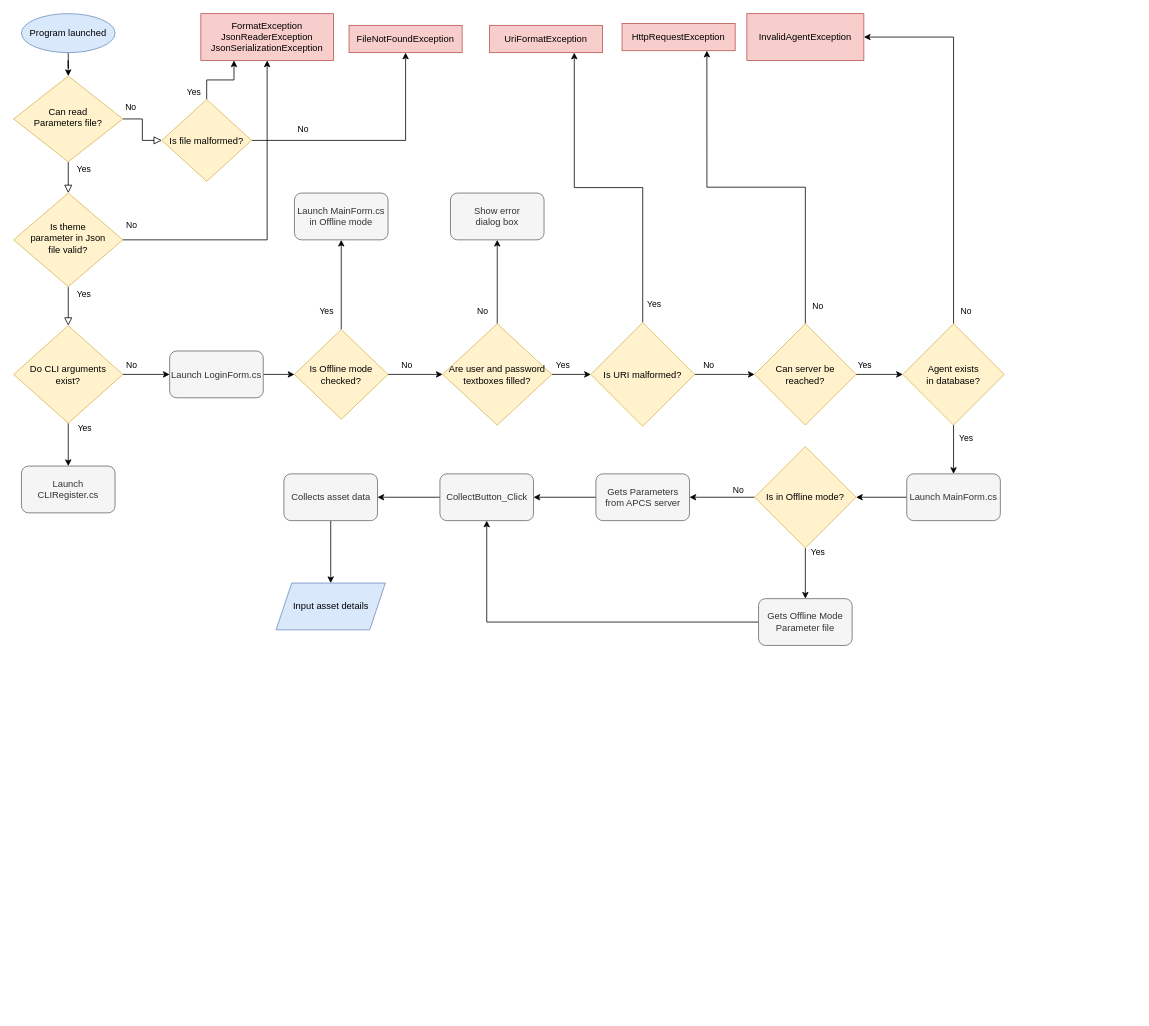
Before: AssetInformationAndRegistration/AIR-flowchart.drawio in Kevin64/asset-information-and-registration, a draw.io diagram. Source tidied: cells renumbered, new cells numbered last; positions are measured from the earlier drawing's top-left corner, leaving out a move shared by most shapes. Both pictures are drawn from the tidied source at 78%, with x=0, y=0 at pixel (13, 13).
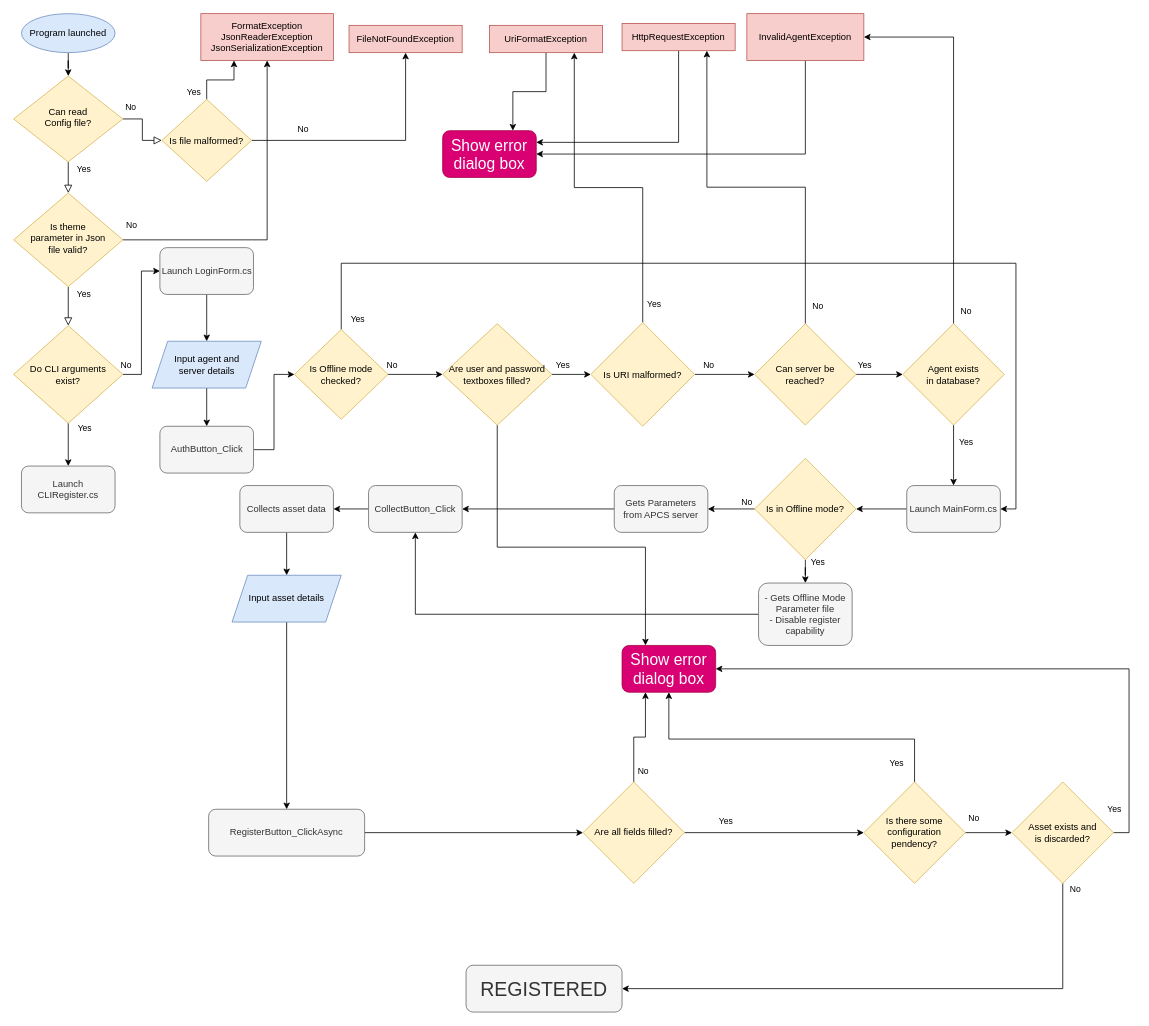
After the change.

The change refers to these unchanged cells:
```xml
<mxCell id="14" style="edgeStyle=orthogonalEdgeStyle;rounded=0;jettySize=auto;html=1;entryX=0;entryY=0.5;entryDx=0;entryDy=0;" parent="1" edge="1" source="18" target="20">
  <mxGeometry relative="1" as="geometry" />
</mxCell>
<mxCell id="26" style="edgeStyle=orthogonalEdgeStyle;rounded=0;jettySize=auto;html=1;" parent="1" edge="1" source="28" target="34">
  <mxGeometry relative="1" as="geometry" />
</mxCell>
<mxCell id="28" value="Is Offline mode&lt;br&gt;checked?" style="rhombus;whiteSpace=wrap;html=1;fillColor=#fff2cc;strokeColor=#d6b656;" parent="1" vertex="1">
  <mxGeometry x="360" y="405" width="120" height="115" as="geometry" />
</mxCell>
<mxCell id="34" value="Are user and password&lt;br&gt;textboxes filled?" style="rhombus;whiteSpace=wrap;html=1;fillColor=#fff2cc;strokeColor=#d6b656;" parent="1" vertex="1">
  <mxGeometry x="550" y="397.5" width="140" height="130" as="geometry" />
</mxCell>
<mxCell id="43" value="InvalidAgentException" style="whiteSpace=wrap;html=1;fillColor=#f8cecc;strokeColor=#b85450;" parent="1" vertex="1">
  <mxGeometry x="940" width="150" height="60" as="geometry" />
</mxCell>
<mxCell id="49" value="HttpRequestException" style="whiteSpace=wrap;html=1;fillColor=#f8cecc;strokeColor=#b85450;" parent="1" vertex="1">
  <mxGeometry x="780" y="12.5" width="145" height="35" as="geometry" />
</mxCell>
<mxCell id="53" value="UriFormatException" style="whiteSpace=wrap;html=1;fillColor=#f8cecc;strokeColor=#b85450;" parent="1" vertex="1">
  <mxGeometry x="610" y="15" width="145" height="35" as="geometry" />
</mxCell>
```

The edit, as a diff of the source:
```diff
@@
-    <mxCell id="4" value="Can read&lt;br&gt;Parameters file?" style="rhombus;whiteSpace=wrap;html=1;shadow=0;fontFamily=Helvetica;fontSize=12;align=center;strokeWidth=1;spacing=6;spacingTop=-4;fillColor=#fff2cc;strokeColor=#d6b656;" parent="1" vertex="1">
+    <mxCell id="4" value="Can read&lt;br&gt;Config file?" style="rhombus;whiteSpace=wrap;html=1;shadow=0;fontFamily=Helvetica;fontSize=12;align=center;strokeWidth=1;spacing=6;spacingTop=-4;fillColor=#fff2cc;strokeColor=#d6b656;" parent="1" vertex="1">
       <mxGeometry y="80" width="140" height="110" as="geometry" />
     </mxCell>
@@
     <mxCell id="15" value="No" style="edgeLabel;html=1;align=center;verticalAlign=middle;" parent="14" vertex="1">
       <mxGeometry y="3" relative="1" as="geometry">
-        <mxPoint x="-20" y="-9" as="offset" />
+        <mxPoint x="-17" y="54" as="offset" />
       </mxGeometry>
     </mxCell>
@@
-    <mxCell id="19" style="edgeStyle=orthogonalEdgeStyle;rounded=0;jettySize=auto;html=1;exitX=1;exitY=0.5;exitDx=0;exitDy=0;entryX=0;entryY=0.5;entryDx=0;entryDy=0;" parent="1" edge="1" source="20" target="28">
-      <mxGeometry relative="1" as="geometry" />
-    </mxCell>
+    <mxCell id="72" style="edgeStyle=orthogonalEdgeStyle;rounded=0;jettySize=auto;html=1;exitX=0.5;exitY=1;exitDx=0;exitDy=0;entryX=0.5;entryY=0;entryDx=0;entryDy=0;" parent="1" edge="1" source="20" target="99">
+      <mxGeometry relative="1" as="geometry" />
+    </mxCell>
     <mxCell id="20" value="Launch LoginForm.cs" style="rounded=1;whiteSpace=wrap;html=1;fillColor=#f5f5f5;fontColor=#333333;strokeColor=#666666;" parent="1" vertex="1">
-      <mxGeometry x="200" y="432.5" width="120" height="60" as="geometry" />
+      <mxGeometry x="187.5" y="300" width="120" height="60" as="geometry" />
     </mxCell>
@@
-    <mxCell id="24" style="edgeStyle=orthogonalEdgeStyle;rounded=0;jettySize=auto;html=1;" parent="1" edge="1" source="28" target="29">
-      <mxGeometry relative="1" as="geometry" />
-    </mxCell>
-    <mxCell id="25" value="Yes" style="edgeLabel;html=1;align=center;verticalAlign=middle;" parent="24" vertex="1">
-      <mxGeometry x="-0.05" y="1" relative="1" as="geometry">
-        <mxPoint x="-19" y="30" as="offset" />
-      </mxGeometry>
-    </mxCell>
@@
     <mxCell id="27" value="No" style="edgeLabel;html=1;align=center;verticalAlign=middle;" parent="26" vertex="1">
       <mxGeometry x="-0.1" y="3" relative="1" as="geometry">
-        <mxPoint x="-9" y="-9" as="offset" />
+        <mxPoint x="-28" y="-9" as="offset" />
       </mxGeometry>
     </mxCell>
+    <mxCell id="73" style="edgeStyle=orthogonalEdgeStyle;rounded=0;jettySize=auto;html=1;exitX=0.5;exitY=0;exitDx=0;exitDy=0;entryX=1;entryY=0.5;entryDx=0;entryDy=0;" parent="1" edge="1" source="28" target="55">
+      <mxGeometry relative="1" as="geometry">
+        <Array as="points">
+          <mxPoint x="420" y="320" />
+          <mxPoint x="1285" y="320" />
+          <mxPoint x="1285" y="635" />
+        </Array>
+      </mxGeometry>
+    </mxCell>
+    <mxCell id="74" value="Yes" style="edgeLabel;html=1;align=center;verticalAlign=middle;" parent="73" vertex="1">
+      <mxGeometry x="-0.94" relative="1" as="geometry">
+        <mxPoint x="20" y="25" as="offset" />
+      </mxGeometry>
+    </mxCell>
@@
-    <mxCell id="29" value="Launch MainForm.cs&lt;br&gt;in Offline mode" style="rounded=1;whiteSpace=wrap;html=1;fillColor=#f5f5f5;strokeColor=#666666;fontColor=#333333;" parent="1" vertex="1">
-      <mxGeometry x="360" y="230" width="120" height="60" as="geometry" />
-    </mxCell>
-    <mxCell id="30" style="edgeStyle=orthogonalEdgeStyle;rounded=0;jettySize=auto;html=1;" parent="1" edge="1" source="34" target="35">
-      <mxGeometry relative="1" as="geometry" />
-    </mxCell>
-    <mxCell id="31" value="No" style="edgeLabel;html=1;align=center;verticalAlign=middle;" parent="30" vertex="1">
-      <mxGeometry x="-0.1" relative="1" as="geometry">
-        <mxPoint x="-20" y="31" as="offset" />
-      </mxGeometry>
-    </mxCell>
@@
+    <mxCell id="75" style="edgeStyle=orthogonalEdgeStyle;rounded=0;jettySize=auto;html=1;exitX=0.5;exitY=1;exitDx=0;exitDy=0;entryX=0.25;entryY=0;entryDx=0;entryDy=0;" parent="1" edge="1" source="34" target="97">
+      <mxGeometry relative="1" as="geometry">
+        <Array as="points">
+          <mxPoint x="620" y="684" />
+          <mxPoint x="810" y="684" />
+        </Array>
+      </mxGeometry>
+    </mxCell>
@@
-    <mxCell id="35" value="Show error&lt;br&gt;dialog box" style="rounded=1;whiteSpace=wrap;html=1;fillColor=#f5f5f5;strokeColor=#666666;fontColor=#333333;" parent="1" vertex="1">
-      <mxGeometry x="560" y="230" width="120" height="60" as="geometry" />
-    </mxCell>
@@
+    <mxCell id="76" style="edgeStyle=orthogonalEdgeStyle;rounded=0;jettySize=auto;html=1;entryX=1;entryY=0.5;entryDx=0;entryDy=0;" parent="1" edge="1" source="43" target="102">
+      <mxGeometry relative="1" as="geometry">
+        <Array as="points">
+          <mxPoint x="1015" y="180" />
+        </Array>
+      </mxGeometry>
+    </mxCell>
@@
+    <mxCell id="77" style="edgeStyle=orthogonalEdgeStyle;rounded=0;jettySize=auto;html=1;exitX=0.5;exitY=1;exitDx=0;exitDy=0;entryX=1;entryY=0.25;entryDx=0;entryDy=0;" parent="1" edge="1" source="49" target="102">
+      <mxGeometry relative="1" as="geometry" />
+    </mxCell>
@@
+    <mxCell id="78" style="edgeStyle=orthogonalEdgeStyle;rounded=0;jettySize=auto;html=1;exitX=0.5;exitY=1;exitDx=0;exitDy=0;entryX=0.75;entryY=0;entryDx=0;entryDy=0;" parent="1" edge="1" source="53" target="102">
+      <mxGeometry relative="1" as="geometry" />
+    </mxCell>
@@
     <mxCell id="55" value="Launch MainForm.cs" style="rounded=1;whiteSpace=wrap;html=1;fillColor=#f5f5f5;strokeColor=#666666;fontColor=#333333;" parent="1" vertex="1">
-      <mxGeometry x="1145" y="590" width="120" height="60" as="geometry" />
+      <mxGeometry x="1145" y="605" width="120" height="60" as="geometry" />
     </mxCell>
@@
     <mxCell id="60" value="Is in Offline mode?" style="rhombus;whiteSpace=wrap;html=1;fillColor=#fff2cc;strokeColor=#d6b656;" parent="1" vertex="1">
-      <mxGeometry x="950" y="555" width="130" height="130" as="geometry" />
+      <mxGeometry x="950" y="570" width="130" height="130" as="geometry" />
     </mxCell>
@@
-    <mxCell id="62" value="Gets Offline Mode&lt;br&gt;Parameter file" style="rounded=1;whiteSpace=wrap;html=1;fillColor=#f5f5f5;strokeColor=#666666;fontColor=#333333;" parent="1" vertex="1">
-      <mxGeometry x="955" y="750" width="120" height="60" as="geometry" />
+    <mxCell id="62" value="- Gets Offline Mode&lt;br&gt;Parameter file&lt;br&gt;- Disable register capability" style="rounded=1;whiteSpace=wrap;html=1;fillColor=#f5f5f5;strokeColor=#666666;fontColor=#333333;" parent="1" vertex="1">
+      <mxGeometry x="955" y="730" width="120" height="80" as="geometry" />
     </mxCell>
@@
     <mxCell id="64" value="Gets Parameters from APCS server" style="rounded=1;whiteSpace=wrap;html=1;fillColor=#f5f5f5;strokeColor=#666666;fontColor=#333333;" parent="1" vertex="1">
-      <mxGeometry x="746.5" y="590" width="120" height="60" as="geometry" />
+      <mxGeometry x="770" y="605" width="120" height="60" as="geometry" />
     </mxCell>
@@
     <mxCell id="68" value="CollectButton_Click" style="rounded=1;whiteSpace=wrap;html=1;fillColor=#f5f5f5;strokeColor=#666666;fontColor=#333333;" parent="1" vertex="1">
-      <mxGeometry x="546.5" y="590" width="120" height="60" as="geometry" />
+      <mxGeometry x="455" y="605" width="120" height="60" as="geometry" />
     </mxCell>
@@
     <mxCell id="70" value="Collects asset data" style="rounded=1;whiteSpace=wrap;html=1;fillColor=#f5f5f5;strokeColor=#666666;fontColor=#333333;" parent="1" vertex="1">
-      <mxGeometry x="346.5" y="590" width="120" height="60" as="geometry" />
+      <mxGeometry x="290" y="605" width="120" height="60" as="geometry" />
     </mxCell>
+    <mxCell id="79" style="edgeStyle=orthogonalEdgeStyle;rounded=0;jettySize=auto;html=1;exitX=0.5;exitY=1;exitDx=0;exitDy=0;entryX=0.5;entryY=0;entryDx=0;entryDy=0;" parent="1" edge="1" source="71" target="81">
+      <mxGeometry relative="1" as="geometry" />
+    </mxCell>
     <mxCell id="71" value="Input asset details" style="shape=parallelogram;perimeter=parallelogramPerimeter;whiteSpace=wrap;html=1;fixedSize=1;fillColor=#dae8fc;strokeColor=#6c8ebf;" parent="1" vertex="1">
-      <mxGeometry x="336.5" y="730" width="140" height="60" as="geometry" />
+      <mxGeometry x="280" y="720" width="140" height="60" as="geometry" />
     </mxCell>
+    <mxCell id="80" style="edgeStyle=orthogonalEdgeStyle;rounded=0;jettySize=auto;html=1;exitX=1;exitY=0.5;exitDx=0;exitDy=0;entryX=0;entryY=0.5;entryDx=0;entryDy=0;" parent="1" edge="1" source="81" target="88">
+      <mxGeometry relative="1" as="geometry" />
+    </mxCell>
+    <mxCell id="81" value="RegisterButton_ClickAsync" style="rounded=1;whiteSpace=wrap;html=1;fillColor=#f5f5f5;strokeColor=#666666;fontColor=#333333;" parent="1" vertex="1">
+      <mxGeometry x="250" y="1020" width="200" height="60" as="geometry" />
+    </mxCell>
+    <mxCell id="82" style="edgeStyle=orthogonalEdgeStyle;rounded=0;jettySize=auto;html=1;exitX=1;exitY=0.5;exitDx=0;exitDy=0;" parent="1" edge="1" source="96" target="93">
+      <mxGeometry relative="1" as="geometry" />
+    </mxCell>
+    <mxCell id="83" value="No" style="edgeLabel;html=1;align=center;verticalAlign=middle;" parent="82" vertex="1">
+      <mxGeometry x="-0.12" y="-1" relative="1" as="geometry">
+        <mxPoint x="-16" y="-21" as="offset" />
+      </mxGeometry>
+    </mxCell>
+    <mxCell id="84" style="edgeStyle=orthogonalEdgeStyle;rounded=0;jettySize=auto;html=1;" parent="1" edge="1" source="88" target="96">
+      <mxGeometry relative="1" as="geometry" />
+    </mxCell>
+    <mxCell id="85" value="Yes" style="edgeLabel;html=1;align=center;verticalAlign=middle;" parent="84" vertex="1">
+      <mxGeometry x="-0.55" relative="1" as="geometry">
+        <mxPoint y="-15" as="offset" />
+      </mxGeometry>
+    </mxCell>
+    <mxCell id="86" style="edgeStyle=orthogonalEdgeStyle;rounded=0;jettySize=auto;html=1;exitX=0.5;exitY=0;exitDx=0;exitDy=0;entryX=0.25;entryY=1;entryDx=0;entryDy=0;" parent="1" edge="1" source="88" target="97">
+      <mxGeometry relative="1" as="geometry" />
+    </mxCell>
+    <mxCell id="87" value="No" style="edgeLabel;html=1;align=center;verticalAlign=middle;" parent="86" vertex="1">
+      <mxGeometry x="-0.53" relative="1" as="geometry">
+        <mxPoint x="11" y="16" as="offset" />
+      </mxGeometry>
+    </mxCell>
+    <mxCell id="88" value="Are all fields filled?" style="rhombus;whiteSpace=wrap;html=1;fillColor=#fff2cc;strokeColor=#d6b656;" parent="1" vertex="1">
+      <mxGeometry x="730" y="985" width="130" height="130" as="geometry" />
+    </mxCell>
+    <mxCell id="89" style="edgeStyle=orthogonalEdgeStyle;rounded=0;jettySize=auto;html=1;exitX=1;exitY=0.5;exitDx=0;exitDy=0;entryX=1;entryY=0.5;entryDx=0;entryDy=0;" parent="1" edge="1" source="93" target="97">
+      <mxGeometry relative="1" as="geometry" />
+    </mxCell>
+    <mxCell id="90" value="Yes" style="edgeLabel;html=1;align=center;verticalAlign=middle;" parent="89" vertex="1">
+      <mxGeometry x="-0.8" relative="1" as="geometry">
+        <mxPoint x="-20" y="25" as="offset" />
+      </mxGeometry>
+    </mxCell>
+    <mxCell id="91" style="edgeStyle=orthogonalEdgeStyle;rounded=0;jettySize=auto;html=1;exitX=0.5;exitY=1;exitDx=0;exitDy=0;entryX=1;entryY=0.5;entryDx=0;entryDy=0;" parent="1" edge="1" source="93" target="103">
+      <mxGeometry relative="1" as="geometry" />
+    </mxCell>
+    <mxCell id="92" value="No" style="edgeLabel;html=1;align=center;verticalAlign=middle;" parent="91" vertex="1">
+      <mxGeometry x="-0.94" relative="1" as="geometry">
+        <mxPoint x="15" y="-14" as="offset" />
+      </mxGeometry>
+    </mxCell>
+    <mxCell id="93" value="Asset exists and&lt;br&gt;is discarded?" style="rhombus;whiteSpace=wrap;html=1;fillColor=#fff2cc;strokeColor=#d6b656;" parent="1" vertex="1">
+      <mxGeometry x="1280" y="985" width="130" height="130" as="geometry" />
+    </mxCell>
+    <mxCell id="94" style="edgeStyle=orthogonalEdgeStyle;rounded=0;jettySize=auto;html=1;exitX=0.5;exitY=0;exitDx=0;exitDy=0;entryX=0.5;entryY=1;entryDx=0;entryDy=0;" parent="1" edge="1" source="96" target="97">
+      <mxGeometry relative="1" as="geometry">
+        <Array as="points">
+          <mxPoint x="1155" y="930" />
+          <mxPoint x="840" y="930" />
+        </Array>
+      </mxGeometry>
+    </mxCell>
+    <mxCell id="95" value="Yes" style="edgeLabel;html=1;align=center;verticalAlign=middle;" parent="94" vertex="1">
+      <mxGeometry x="-0.2" y="-1" relative="1" as="geometry">
+        <mxPoint x="93" y="31" as="offset" />
+      </mxGeometry>
+    </mxCell>
+    <mxCell id="96" value="Is there some configuration&lt;br&gt;pendency?" style="rhombus;whiteSpace=wrap;html=1;fillColor=#fff2cc;strokeColor=#d6b656;" parent="1" vertex="1">
+      <mxGeometry x="1090" y="985" width="130" height="130" as="geometry" />
+    </mxCell>
+    <mxCell id="97" value="&lt;font style=&quot;font-size: 20px;&quot;&gt;Show error&lt;br&gt;dialog box&lt;/font&gt;" style="rounded=1;whiteSpace=wrap;html=1;fillColor=#d80073;strokeColor=#A50040;fontColor=#ffffff;align=center;" parent="1" vertex="1">
+      <mxGeometry x="780" y="810" width="120" height="60" as="geometry" />
+    </mxCell>
+    <mxCell id="98" style="edgeStyle=orthogonalEdgeStyle;rounded=0;jettySize=auto;html=1;exitX=0.5;exitY=1;exitDx=0;exitDy=0;entryX=0.5;entryY=0;entryDx=0;entryDy=0;" parent="1" edge="1" source="99" target="101">
+      <mxGeometry relative="1" as="geometry" />
+    </mxCell>
+    <mxCell id="99" value="Input agent and&lt;br&gt;server details" style="shape=parallelogram;perimeter=parallelogramPerimeter;whiteSpace=wrap;html=1;fixedSize=1;fillColor=#dae8fc;strokeColor=#6c8ebf;" parent="1" vertex="1">
+      <mxGeometry x="177.5" y="420" width="140" height="60" as="geometry" />
+    </mxCell>
+    <mxCell id="100" style="edgeStyle=orthogonalEdgeStyle;rounded=0;jettySize=auto;html=1;exitX=1;exitY=0.5;exitDx=0;exitDy=0;entryX=0;entryY=0.5;entryDx=0;entryDy=0;" parent="1" edge="1" source="101" target="28">
+      <mxGeometry relative="1" as="geometry" />
+    </mxCell>
+    <mxCell id="101" value="AuthButton_Click" style="rounded=1;whiteSpace=wrap;html=1;fillColor=#f5f5f5;strokeColor=#666666;fontColor=#333333;" parent="1" vertex="1">
+      <mxGeometry x="187.5" y="529" width="120" height="60" as="geometry" />
+    </mxCell>
+    <mxCell id="102" value="&lt;font style=&quot;font-size: 20px;&quot;&gt;Show error&lt;br&gt;dialog box&lt;/font&gt;" style="rounded=1;whiteSpace=wrap;html=1;fillColor=#d80073;strokeColor=#A50040;fontColor=#ffffff;align=center;" parent="1" vertex="1">
+      <mxGeometry x="550" y="150" width="120" height="60" as="geometry" />
+    </mxCell>
+    <mxCell id="103" value="&lt;font style=&quot;font-size: 25px;&quot;&gt;REGISTERED&lt;/font&gt;" style="rounded=1;whiteSpace=wrap;html=1;fillColor=#f5f5f5;strokeColor=#666666;fontColor=#333333;" parent="1" vertex="1">
+      <mxGeometry x="580" y="1220" width="200" height="60" as="geometry" />
+    </mxCell>
```
